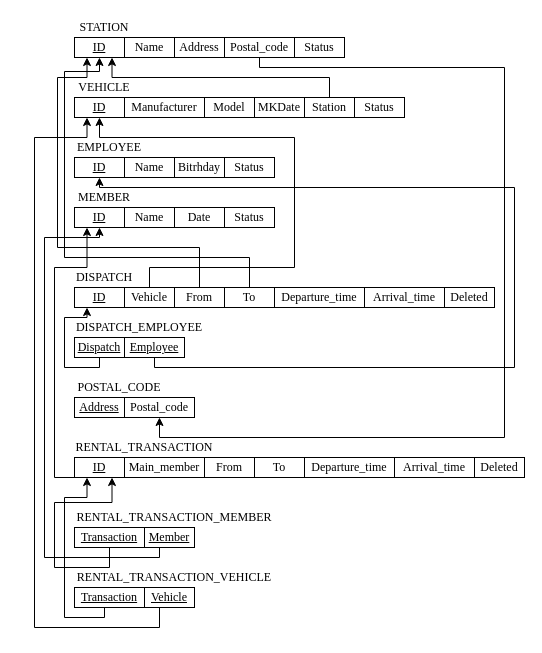
Above: DB/HW3/src/drawio/3b.drawio in W-X-Dai/tex (draw.io), before the change. Source tidied: cells renumbered, new cells numbered last; positions are measured from the earlier drawing's top-left corner, leaving out a move shared by most shapes. Both pictures are drawn from the tidied source at 100%, with x=0, y=0 at pixel (34, 17).
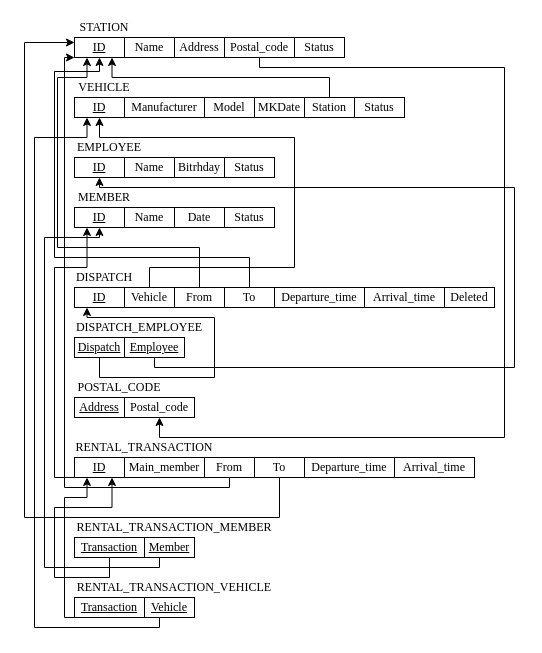
The same page after the edit.

The change refers to these unchanged cells:
```xml
<mxCell id="2" value="&lt;font face=&quot;Times New Roman&quot;&gt;&lt;u&gt;ID&lt;/u&gt;&lt;/font&gt;" style="rounded=0;whiteSpace=wrap;html=1;" parent="1" vertex="1">
  <mxGeometry x="40" y="20" width="50" height="20" as="geometry" />
</mxCell>
<mxCell id="21" value="&lt;font face=&quot;Times New Roman&quot;&gt;&lt;u&gt;ID&lt;/u&gt;&lt;/font&gt;" style="rounded=0;whiteSpace=wrap;html=1;" parent="1" vertex="1">
  <mxGeometry x="40" y="190" width="50" height="20" as="geometry" />
</mxCell>
<mxCell id="26" value="&lt;font face=&quot;Times New Roman&quot;&gt;&lt;u&gt;ID&lt;/u&gt;&lt;/font&gt;" style="rounded=0;whiteSpace=wrap;html=1;" parent="1" vertex="1">
  <mxGeometry x="40" y="270" width="50" height="20" as="geometry" />
</mxCell>
<mxCell id="31" value="&lt;font face=&quot;Times New Roman&quot;&gt;To&lt;/font&gt;" style="rounded=0;whiteSpace=wrap;html=1;" parent="1" vertex="1">
  <mxGeometry x="190" y="270" width="50" height="20" as="geometry" />
</mxCell>
<mxCell id="37" value="&lt;font face=&quot;Times New Roman&quot;&gt;&lt;u&gt;Dispatch&lt;/u&gt;&lt;/font&gt;" style="rounded=0;whiteSpace=wrap;html=1;" parent="1" vertex="1">
  <mxGeometry x="40" y="320" width="50" height="20" as="geometry" />
</mxCell>
<mxCell id="51" value="&lt;font face=&quot;Times New Roman&quot;&gt;To&lt;/font&gt;" style="rounded=0;whiteSpace=wrap;html=1;" parent="1" vertex="1">
  <mxGeometry x="220" y="440" width="50" height="20" as="geometry" />
</mxCell>
<mxCell id="52" value="&lt;font face=&quot;Times New Roman&quot;&gt;From&lt;/font&gt;" style="rounded=0;whiteSpace=wrap;html=1;" parent="1" vertex="1">
  <mxGeometry x="170" y="440" width="50" height="20" as="geometry" />
</mxCell>
```

What changed in the source:
```diff
@@
     <mxCell id="30" style="edgeStyle=orthogonalEdgeStyle;rounded=0;jettySize=auto;html=1;exitX=0.5;exitY=0;exitDx=0;exitDy=0;entryX=0.5;entryY=1;entryDx=0;entryDy=0;" parent="1" edge="1" source="31" target="2">
       <mxGeometry relative="1" as="geometry">
         <Array as="points">
           <mxPoint x="215" y="240" />
-          <mxPoint x="30" y="240" />
-          <mxPoint x="30" y="54" />
+          <mxPoint x="20" y="240" />
+          <mxPoint x="20" y="54" />
           <mxPoint x="65" y="54" />
         </Array>
       </mxGeometry>
     </mxCell>
@@
     <mxCell id="36" style="edgeStyle=orthogonalEdgeStyle;rounded=0;jettySize=auto;html=1;exitX=0.5;exitY=1;exitDx=0;exitDy=0;entryX=0.25;entryY=1;entryDx=0;entryDy=0;" parent="1" edge="1" source="37" target="26">
       <mxGeometry relative="1" as="geometry">
         <Array as="points">
-          <mxPoint x="65" y="350" />
-          <mxPoint x="30" y="350" />
-          <mxPoint x="30" y="300" />
+          <mxPoint x="65" y="360" />
+          <mxPoint x="180" y="360" />
+          <mxPoint x="180" y="300" />
           <mxPoint x="53" y="300" />
         </Array>
       </mxGeometry>
     </mxCell>
@@
-    <mxCell id="46" value="&lt;font face=&quot;Times New Roman&quot;&gt;Deleted&lt;/font&gt;" style="rounded=0;whiteSpace=wrap;html=1;" parent="1" vertex="1">
-      <mxGeometry x="440" y="440" width="50" height="20" as="geometry" />
-    </mxCell>
@@
+    <mxCell id="65" style="edgeStyle=orthogonalEdgeStyle;rounded=0;jettySize=auto;html=1;exitX=0.5;exitY=1;exitDx=0;exitDy=0;entryX=0;entryY=0.25;entryDx=0;entryDy=0;" parent="1" edge="1" source="51" target="2">
+      <mxGeometry relative="1" as="geometry">
+        <Array as="points">
+          <mxPoint x="245" y="500" />
+          <mxPoint x="-10" y="500" />
+          <mxPoint x="-10" y="25" />
+        </Array>
+      </mxGeometry>
+    </mxCell>
@@
+    <mxCell id="66" style="edgeStyle=orthogonalEdgeStyle;rounded=0;jettySize=auto;html=1;exitX=0.5;exitY=0;exitDx=0;exitDy=0;entryX=0;entryY=1;entryDx=0;entryDy=0;" parent="1" edge="1" source="52" target="2">
+      <mxGeometry relative="1" as="geometry">
+        <Array as="points">
+          <mxPoint x="195" y="470" />
+          <mxPoint x="30" y="470" />
+          <mxPoint x="30" y="40" />
+        </Array>
+      </mxGeometry>
+    </mxCell>
@@
     <mxCell id="56" value="&lt;font face=&quot;Times New Roman&quot;&gt;&lt;u&gt;Transaction&lt;/u&gt;&lt;/font&gt;" style="rounded=0;whiteSpace=wrap;html=1;" parent="1" vertex="1">
-      <mxGeometry x="40" y="510" width="70" height="20" as="geometry" />
+      <mxGeometry x="40" y="520" width="70" height="20" as="geometry" />
     </mxCell>
     <mxCell id="57" style="edgeStyle=orthogonalEdgeStyle;rounded=0;jettySize=auto;html=1;exitX=0.5;exitY=1;exitDx=0;exitDy=0;entryX=0.5;entryY=1;entryDx=0;entryDy=0;" parent="1" edge="1" source="58" target="21">
       <mxGeometry relative="1" as="geometry">
         <Array as="points">
+          <mxPoint x="135" y="530" />
           <mxPoint x="125" y="530" />
-          <mxPoint x="125" y="540" />
-          <mxPoint x="10" y="540" />
+          <mxPoint x="125" y="550" />
+          <mxPoint x="10" y="550" />
           <mxPoint x="10" y="220" />
           <mxPoint x="65" y="220" />
         </Array>
       </mxGeometry>
     </mxCell>
     <mxCell id="58" value="&lt;font face=&quot;Times New Roman&quot;&gt;&lt;u&gt;Member&lt;/u&gt;&lt;/font&gt;" style="rounded=0;whiteSpace=wrap;html=1;" parent="1" vertex="1">
-      <mxGeometry x="110" y="510" width="50" height="20" as="geometry" />
+      <mxGeometry x="110" y="520" width="50" height="20" as="geometry" />
     </mxCell>
     <mxCell id="59" value="&lt;font face=&quot;Times New Roman&quot;&gt;RENTAL_TRANSACTION_MEMBER&lt;/font&gt;" style="text;html=1;align=center;verticalAlign=middle;whiteSpace=wrap;rounded=0;" parent="1" vertex="1">
-      <mxGeometry x="40" y="490" width="200" height="20" as="geometry" />
+      <mxGeometry x="40" y="500" width="200" height="20" as="geometry" />
     </mxCell>
     <mxCell id="60" value="&lt;font face=&quot;Times New Roman&quot;&gt;RENTAL_TRANSACTION_VEHICLE&lt;/font&gt;" style="text;html=1;align=center;verticalAlign=middle;whiteSpace=wrap;rounded=0;" parent="1" vertex="1">
-      <mxGeometry x="40" y="550" width="200" height="20" as="geometry" />
+      <mxGeometry x="40" y="560" width="200" height="20" as="geometry" />
     </mxCell>
@@
     <mxCell id="62" value="&lt;font face=&quot;Times New Roman&quot;&gt;&lt;u&gt;Transaction&lt;/u&gt;&lt;/font&gt;" style="rounded=0;whiteSpace=wrap;html=1;" parent="1" vertex="1">
-      <mxGeometry x="40" y="570" width="70" height="20" as="geometry" />
+      <mxGeometry x="40" y="580" width="70" height="20" as="geometry" />
     </mxCell>
@@
     <mxCell id="64" value="&lt;font face=&quot;Times New Roman&quot;&gt;&lt;u&gt;Vehicle&lt;/u&gt;&lt;/font&gt;" style="rounded=0;whiteSpace=wrap;html=1;" parent="1" vertex="1">
-      <mxGeometry x="110" y="570" width="50" height="20" as="geometry" />
+      <mxGeometry x="110" y="580" width="50" height="20" as="geometry" />
     </mxCell>
```
